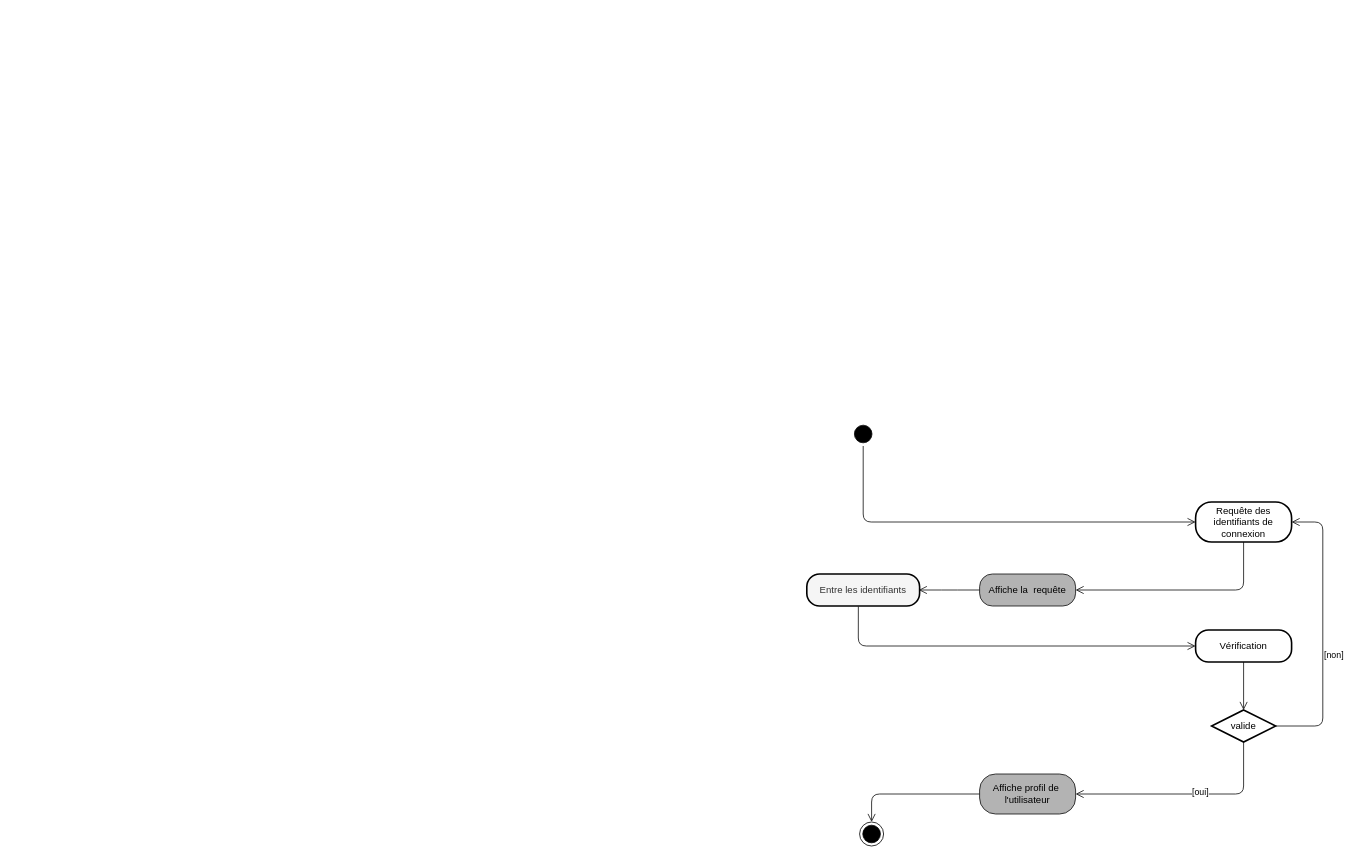
The draw.io diagram diagrams/activity/authentication.drawio in gsagot/oc_p6_ocPizza, before the edit. Source tidied: cells renumbered, new cells numbered last; positions are measured from the earlier drawing's top-left corner, leaving out a move shared by most shapes. Both pictures are drawn from the tidied source at 80%, with x=0, y=0 at pixel (806, 422).
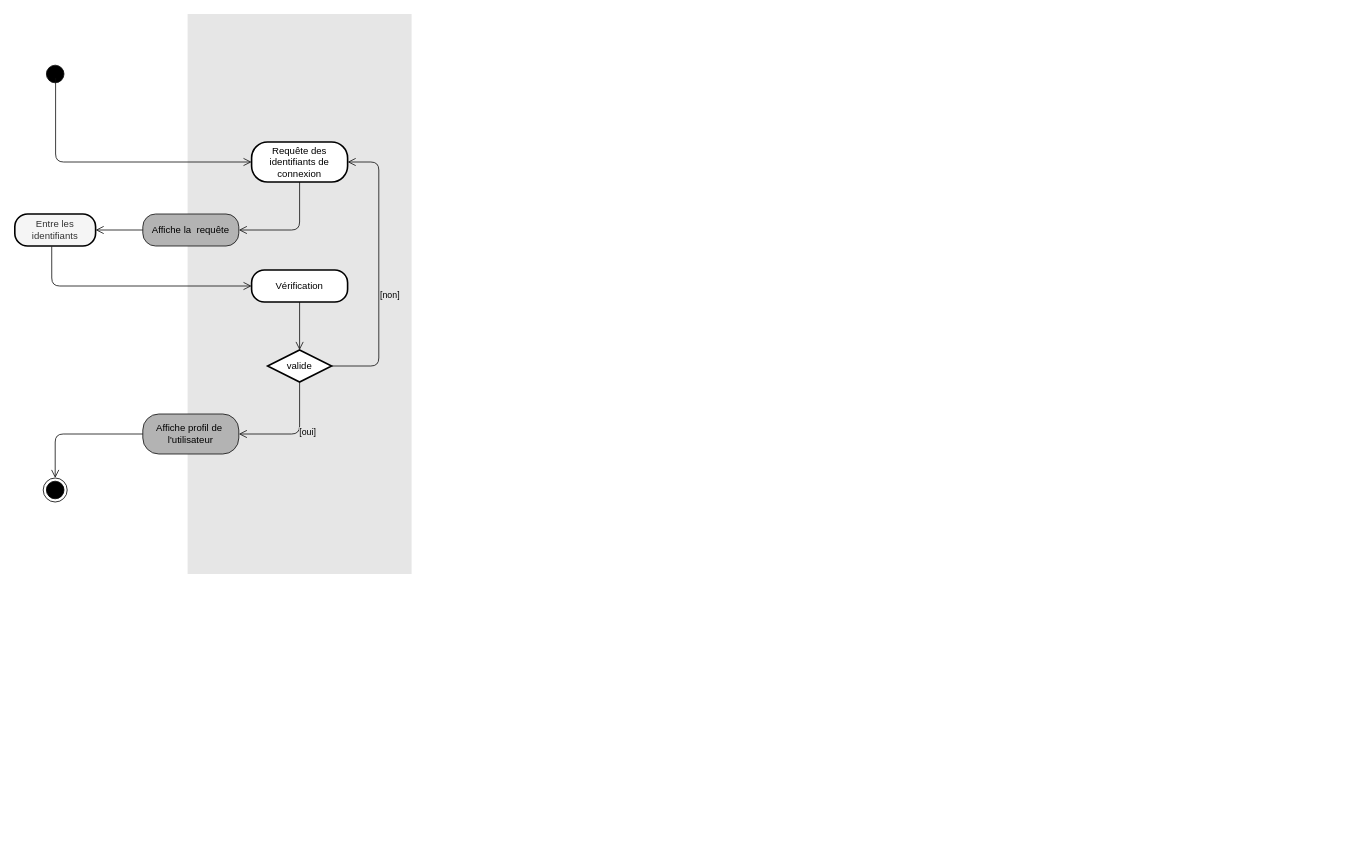
Above is the later version.

Change to the diagram source:
```diff
@@
-    <mxCell id="2" style="ellipse;html=1;shape=startState;fillColor=#000000;shadow=0;sketch=0;strokeColor=#0F0F0F;" parent="1" vertex="1">
-      <mxGeometry x="55.5" width="30" height="30" as="geometry" />
-    </mxCell>
-    <mxCell id="3" style="edgeStyle=orthogonalEdgeStyle;html=1;verticalAlign=bottom;endArrow=open;endSize=8;exitX=0.5;exitY=1;exitDx=0;exitDy=0;strokeColor=#0F0F0F;entryX=0;entryY=0.5;entryDx=0;entryDy=0;" parent="1" edge="1" source="2" target="4">
-      <mxGeometry relative="1" as="geometry">
-        <Array as="points">
-          <mxPoint x="70" y="30" />
-          <mxPoint x="70" y="125" />
-        </Array>
-      </mxGeometry>
-    </mxCell>
+    <mxCell id="18" style="rounded=0;whiteSpace=wrap;html=1;strokeColor=none;fillColor=#E6E6E6;" parent="1" vertex="1">
+      <mxGeometry x="-774" y="-510" width="280" height="700" as="geometry" />
+    </mxCell>
+    <mxCell id="19" style="ellipse;html=1;shape=startState;fillColor=#000000;shadow=0;sketch=0;strokeColor=#0F0F0F;" parent="1" vertex="1">
+      <mxGeometry x="-954.5" y="-450" width="30" height="30" as="geometry" />
+    </mxCell>
+    <mxCell id="20" style="edgeStyle=orthogonalEdgeStyle;html=1;verticalAlign=bottom;endArrow=open;endSize=8;strokeColor=#0F0F0F;entryX=0;entryY=0.5;entryDx=0;entryDy=0;" parent="1" edge="1" target="4">
+      <mxGeometry relative="1" as="geometry">
+        <mxPoint x="-939" y="-430" as="sourcePoint" />
+        <Array as="points">
+          <mxPoint x="-939" y="-325" />
+        </Array>
+      </mxGeometry>
+    </mxCell>
     <mxCell id="4" value="Requête des identifiants de connexion" style="rounded=1;whiteSpace=wrap;html=1;arcSize=40;shadow=0;sketch=0;fillColor=#FFFFFF;strokeWidth=2;" parent="1" vertex="1">
-      <mxGeometry x="486" y="100" width="120" height="50" as="geometry" />
+      <mxGeometry x="-694" y="-350" width="120" height="50" as="geometry" />
     </mxCell>
     <mxCell id="5" style="edgeStyle=orthogonalEdgeStyle;html=1;verticalAlign=bottom;endArrow=open;endSize=8;exitX=0.5;exitY=1;exitDx=0;exitDy=0;strokeColor=#0F0F0F;entryX=1;entryY=0.5;entryDx=0;entryDy=0;" parent="1" edge="1" source="4" target="6">
       <mxGeometry relative="1" as="geometry">
         <Array as="points">
-          <mxPoint x="546" y="210" />
+          <mxPoint x="-634" y="-240" />
         </Array>
       </mxGeometry>
     </mxCell>
     <mxCell id="6" value="Affiche la &amp;nbsp;requête" style="rounded=1;whiteSpace=wrap;html=1;arcSize=40;shadow=0;sketch=0;strokeColor=#0F0F0F;fillColor=#B3B3B3;" parent="1" vertex="1">
-      <mxGeometry x="216" y="190" width="120" height="40" as="geometry" />
+      <mxGeometry x="-830" y="-260" width="120" height="40" as="geometry" />
     </mxCell>
     <mxCell id="7" value="Entre les identifiants" style="rounded=1;whiteSpace=wrap;html=1;arcSize=40;fillColor=#f5f5f5;shadow=0;sketch=0;fontColor=#333333;strokeWidth=2;" parent="1" vertex="1">
-      <mxGeometry y="190" width="141" height="40" as="geometry" />
+      <mxGeometry x="-990" y="-260" width="101" height="40" as="geometry" />
     </mxCell>
-    <mxCell id="8" style="edgeStyle=orthogonalEdgeStyle;html=1;verticalAlign=bottom;endArrow=open;endSize=8;exitX=0;exitY=0.5;exitDx=0;exitDy=0;strokeColor=#0F0F0F;" parent="1" edge="1" source="6">
-      <mxGeometry relative="1" as="geometry">
-        <mxPoint x="140" y="210" as="targetPoint" />
-      </mxGeometry>
-    </mxCell>
+    <mxCell id="21" style="edgeStyle=orthogonalEdgeStyle;html=1;verticalAlign=bottom;endArrow=open;endSize=8;exitX=0;exitY=0.5;exitDx=0;exitDy=0;strokeColor=#0F0F0F;entryX=1;entryY=0.5;entryDx=0;entryDy=0;" parent="1" edge="1" source="6" target="7">
+      <mxGeometry relative="1" as="geometry" />
+    </mxCell>
     <mxCell id="9" style="edgeStyle=orthogonalEdgeStyle;html=1;verticalAlign=bottom;endArrow=open;endSize=8;exitX=0.457;exitY=1.013;exitDx=0;exitDy=0;entryX=0;entryY=0.5;entryDx=0;entryDy=0;strokeColor=#0F0F0F;exitPerimeter=0;" parent="1" edge="1" source="7" target="10">
       <mxGeometry relative="1" as="geometry">
         <Array as="points">
-          <mxPoint x="64" y="280" />
+          <mxPoint x="-944" y="-170" />
         </Array>
       </mxGeometry>
     </mxCell>
     <mxCell id="10" value="Vérification" style="rounded=1;whiteSpace=wrap;html=1;arcSize=40;shadow=0;sketch=0;fillColor=#FFFFFF;strokeWidth=2;" parent="1" vertex="1">
-      <mxGeometry x="486" y="260" width="120" height="40" as="geometry" />
+      <mxGeometry x="-694" y="-190" width="120" height="40" as="geometry" />
     </mxCell>
     <mxCell id="11" style="edgeStyle=orthogonalEdgeStyle;html=1;verticalAlign=bottom;endArrow=open;endSize=8;exitX=0.5;exitY=1;exitDx=0;exitDy=0;strokeColor=#0F0F0F;entryX=0.5;entryY=0;entryDx=0;entryDy=0;" parent="1" edge="1" source="10" target="12">
       <mxGeometry relative="1" as="geometry">
         <Array as="points">
-          <mxPoint x="546" y="330" />
-          <mxPoint x="546" y="330" />
+          <mxPoint x="-634" y="-120" />
+          <mxPoint x="-634" y="-120" />
         </Array>
       </mxGeometry>
     </mxCell>
     <mxCell id="12" value="valide" style="rhombus;whiteSpace=wrap;html=1;shadow=0;sketch=0;fillColor=#FFFFFF;strokeWidth=2;" parent="1" vertex="1">
-      <mxGeometry x="506" y="360" width="80" height="40" as="geometry" />
+      <mxGeometry x="-674" y="-90" width="80" height="40" as="geometry" />
     </mxCell>
-    <mxCell id="13" value="[non]" style="edgeStyle=orthogonalEdgeStyle;html=1;align=left;verticalAlign=bottom;endArrow=open;endSize=8;strokeColor=#0F0F0F;" parent="1" edge="1" source="12" target="4">
+    <mxCell id="13" value="[non]" style="edgeStyle=orthogonalEdgeStyle;html=1;align=left;verticalAlign=bottom;endArrow=open;endSize=8;strokeColor=#0F0F0F;labelBackgroundColor=#E6E6E6;" parent="1" edge="1" source="12" target="4">
       <mxGeometry x="-0.22" relative="1" as="geometry">
         <Array as="points">
-          <mxPoint x="645" y="380" />
-          <mxPoint x="645" y="125" />
+          <mxPoint x="-535" y="-70" />
+          <mxPoint x="-535" y="-325" />
         </Array>
       </mxGeometry>
     </mxCell>
-    <mxCell id="14" value="[oui]" style="edgeStyle=orthogonalEdgeStyle;html=1;align=left;verticalAlign=top;endArrow=open;endSize=8;strokeColor=#0F0F0F;entryX=1;entryY=0.5;entryDx=0;entryDy=0;" parent="1" edge="1" source="12" target="15">
+    <mxCell id="14" value="[oui]" style="edgeStyle=orthogonalEdgeStyle;html=1;align=left;verticalAlign=top;endArrow=open;endSize=8;strokeColor=#0F0F0F;entryX=1;entryY=0.5;entryDx=0;entryDy=0;labelBackgroundColor=#E6E6E6;" parent="1" edge="1" source="12" target="15">
       <mxGeometry x="-0.05" y="-15" relative="1" as="geometry">
         <Array as="points">
-          <mxPoint x="546" y="465" />
+          <mxPoint x="-634" y="15" />
         </Array>
       </mxGeometry>
     </mxCell>
     <mxCell id="15" value="Affiche profil de&amp;nbsp;&lt;br&gt;l'utilisateur" style="rounded=1;whiteSpace=wrap;html=1;arcSize=40;shadow=0;sketch=0;strokeColor=#0F0F0F;fillColor=#B3B3B3;" parent="1" vertex="1">
-      <mxGeometry x="216" y="440" width="120" height="50" as="geometry" />
+      <mxGeometry x="-830" y="-10" width="120" height="50" as="geometry" />
     </mxCell>
-    <mxCell id="16" style="ellipse;html=1;shape=endState;fillColor=#000000;shadow=0;sketch=0;" parent="1" vertex="1">
-      <mxGeometry x="66" y="500" width="30" height="30" as="geometry" />
-    </mxCell>
-    <mxCell id="17" style="edgeStyle=orthogonalEdgeStyle;html=1;verticalAlign=bottom;endArrow=open;endSize=8;exitX=0;exitY=0.5;exitDx=0;exitDy=0;strokeColor=#0F0F0F;entryX=0.5;entryY=0;entryDx=0;entryDy=0;" parent="1" edge="1" source="15" target="16">
-      <mxGeometry relative="1" as="geometry">
-        <Array as="points">
-          <mxPoint x="81" y="465" />
-        </Array>
-      </mxGeometry>
-    </mxCell>
+    <mxCell id="22" style="ellipse;html=1;shape=endState;fillColor=#000000;shadow=0;sketch=0;" parent="1" vertex="1">
+      <mxGeometry x="-954.5" y="70" width="30" height="30" as="geometry" />
+    </mxCell>
+    <mxCell id="23" style="edgeStyle=orthogonalEdgeStyle;html=1;verticalAlign=bottom;endArrow=open;endSize=8;exitX=0;exitY=0.5;exitDx=0;exitDy=0;strokeColor=#0F0F0F;entryX=0.5;entryY=0;entryDx=0;entryDy=0;" parent="1" edge="1" source="15" target="22">
+      <mxGeometry relative="1" as="geometry">
+        <Array as="points">
+          <mxPoint x="-939" y="15" />
+          <mxPoint x="-939" y="70" />
+        </Array>
+      </mxGeometry>
+    </mxCell>
```
